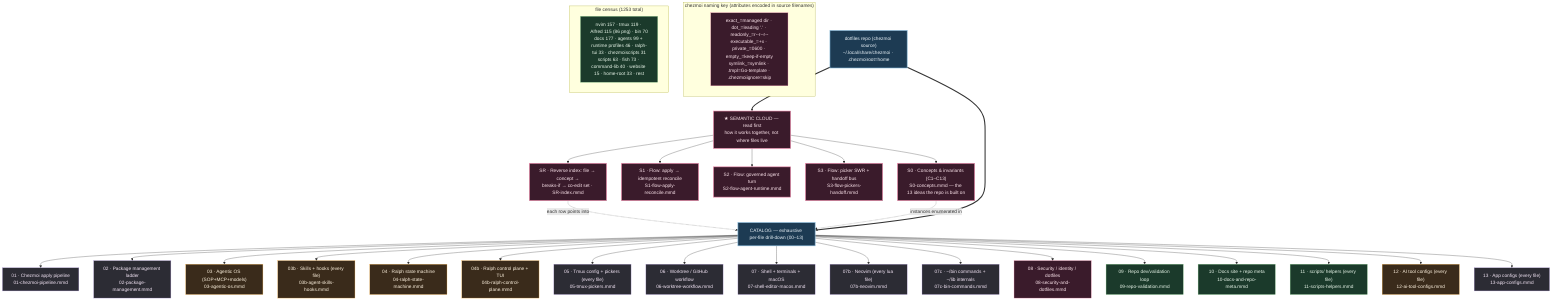
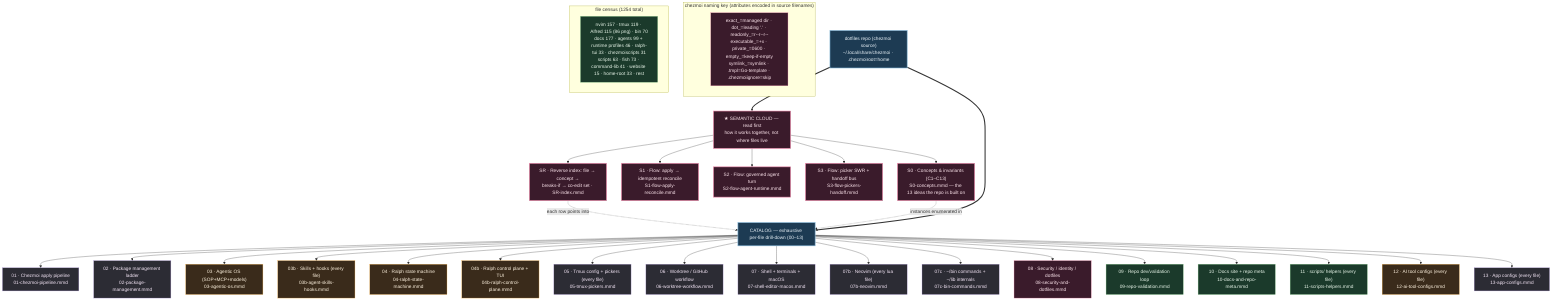
%% ============================================================================
%% 00-overview.mmd — Master navigation map for kapral18/dotfiles
%% TWO LAYERS:
%%   SEMANTIC CLOUD (read first) — how the system THINKS: concepts+invariants
%%     (S0), cross-cutting flows (S1/S2/S3), and a reverse index (SR) that maps
%%     any file to its concept, blast radius, and co-edit set.
%%   CATALOG (drill-down) — how the system is LAID OUT: 00-13 enumerate every
- %%     one of the 1253 tracked files by exact chezmoi source path.
+ %%     one of the 1254 tracked files by exact chezmoi source path.
%% `home/` is chezmoi source deployed to $HOME; scripts/tools/website/docs are
%% repo-side (NOT deployed). Each node → a deeper .mmd.
%% ============================================================================
graph TD
    classDef entry fill:#1d3b53,stroke:#7fb3d5,color:#eaf2f8,stroke-width:2px;
    classDef sys fill:#2c2c34,stroke:#b39ddb,color:#f3e5f5;
    classDef ai fill:#3a2b1b,stroke:#ffb74d,color:#fff3e0;
    classDef repo fill:#1b3a2b,stroke:#81c784,color:#e8f5e9;
    classDef data fill:#3a1b2b,stroke:#f48fb1,color:#fce4ec;
    classDef sem fill:#3a1b2b,stroke:#f48fb1,color:#fce4ec,stroke-width:2px;

    ROOT["dotfiles repo (chezmoi source)<br/>~/.local/share/chezmoi · .chezmoiroot=home"]:::entry

    %% ---- SEMANTIC LAYER (read before the catalog) --------------------------
    ROOT ==> SEMHEAD["★ SEMANTIC CLOUD — read first<br/>how it works together, not where files live"]:::sem
    SEMHEAD --> S0["S0 · Concepts & invariants (C1–C13)<br/>S0-concepts.mmd — the 13 ideas the repo is built on"]:::sem
    SEMHEAD --> S1["S1 · Flow: apply → idempotent reconcile<br/>S1-flow-apply-reconcile.mmd"]:::sem
    SEMHEAD --> S2["S2 · Flow: governed agent turn<br/>S2-flow-agent-runtime.mmd"]:::sem
    SEMHEAD --> S3["S3 · Flow: picker SWR + handoff bus<br/>S3-flow-pickers-handoff.mmd"]:::sem
    SEMHEAD --> SR["SR · Reverse index: file → concept →<br/>breaks-if → co-edit set · SR-index.mmd"]:::sem
    SR -. "each row points into" .-> CATHEAD
    S0 -. "instances enumerated in" .-> CATHEAD

    %% ---- CATALOG LAYER (exhaustive per-file drill-down) --------------------
    ROOT ==> CATHEAD["CATALOG — exhaustive per-file drill-down (00–13)"]:::entry

    CATHEAD --> CZ["01 · Chezmoi apply pipeline<br/>01-chezmoi-pipeline.mmd"]:::sys
    CATHEAD --> PKG["02 · Package management ladder<br/>02-package-management.mmd"]:::sys
    CATHEAD --> AIOS["03 · Agentic OS (SOP+MCP+models)<br/>03-agentic-os.mmd"]:::ai
    CATHEAD --> SKILLS["03b · Skills + hooks (every file)<br/>03b-agent-skills-hooks.mmd"]:::ai
    CATHEAD --> RALPH["04 · Ralph state machine<br/>04-ralph-state-machine.mmd"]:::ai
    CATHEAD --> RALPHCP["04b · Ralph control plane + TUI<br/>04b-ralph-control-plane.mmd"]:::ai
    CATHEAD --> TMUX["05 · Tmux config + pickers (every file)<br/>05-tmux-pickers.mmd"]:::sys
    CATHEAD --> WT["06 · Worktree / GitHub workflow<br/>06-worktree-workflow.mmd"]:::sys
    CATHEAD --> SEM["07 · Shell + terminals + macOS<br/>07-shell-editor-macos.mmd"]:::sys
    CATHEAD --> NVIM["07b · Neovim (every lua file)<br/>07b-neovim.mmd"]:::sys
    CATHEAD --> BIN["07c · ~/bin commands + ~/lib internals<br/>07c-bin-commands.mmd"]:::sys
    CATHEAD --> SEC["08 · Security / identity / dotfiles<br/>08-security-and-dotfiles.mmd"]:::data
    CATHEAD --> VAL["09 · Repo dev/validation loop<br/>09-repo-validation.mmd"]:::repo
    CATHEAD --> DOCS["10 · Docs site + repo meta<br/>10-docs-and-repo-meta.mmd"]:::repo
    CATHEAD --> SCRIPTS["11 · scripts/ helpers (every file)<br/>11-scripts-helpers.mmd"]:::repo
    CATHEAD --> AICFG["12 · AI tool configs (every file)<br/>12-ai-tool-configs.mmd"]:::ai
    CATHEAD --> APPS["13 · App configs (every file)<br/>13-app-configs.mmd"]:::sys

    subgraph KEY["chezmoi naming key (attributes encoded in source filenames)"]
        K1["exact_=managed dir · dot_=leading '.' · readonly_=r--r--r--<br/>executable_=+x · private_=0600 · empty_=keep-if-empty<br/>symlink_=symlink · .tmpl=Go-template · .chezmoiignore=skip"]:::data
    end

-     subgraph COUNTS["file census (1253 total)"]
-         C1["nvim 157 · tmux 119 · Alfred 115 (86 png) · bin 70<br/>docs 177 · agents 99 + runtime profiles 46 · ralph-tui 33 · chezmoiscripts 31<br/>scripts 63 · fish 73 · command-lib 40 · website 15 · home-root 33 · rest"]:::repo
+     subgraph COUNTS["file census (1254 total)"]
+         C1["nvim 157 · tmux 119 · Alfred 115 (86 png) · bin 70<br/>docs 177 · agents 99 + runtime profiles 46 · ralph-tui 33 · chezmoiscripts 31<br/>scripts 63 · fish 73 · command-lib 41 · website 15 · home-root 33 · rest"]:::repo
    end
